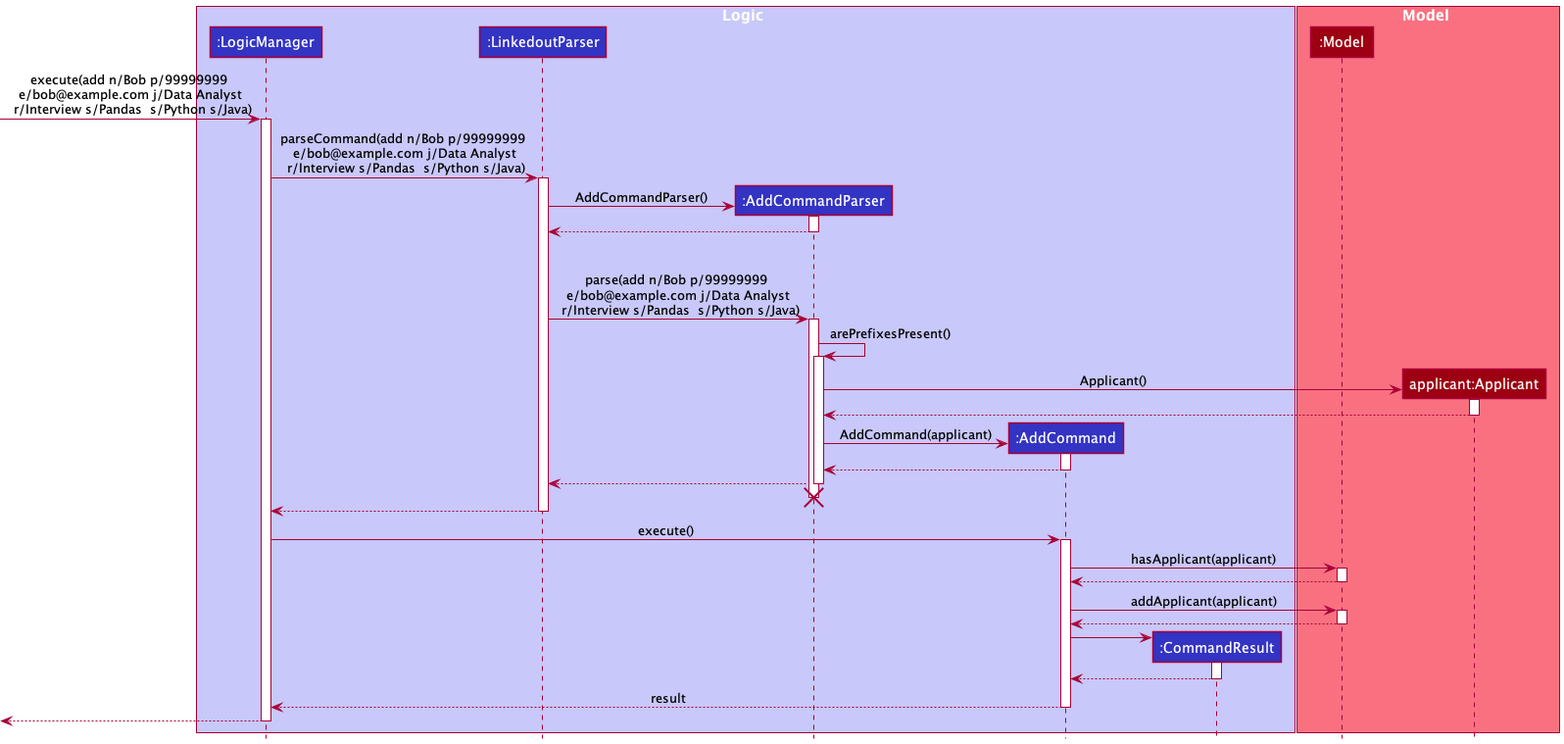
Above: docs/images/AddSequenceDiagram.png in zzhikai/tp (PlantUML), before the change.
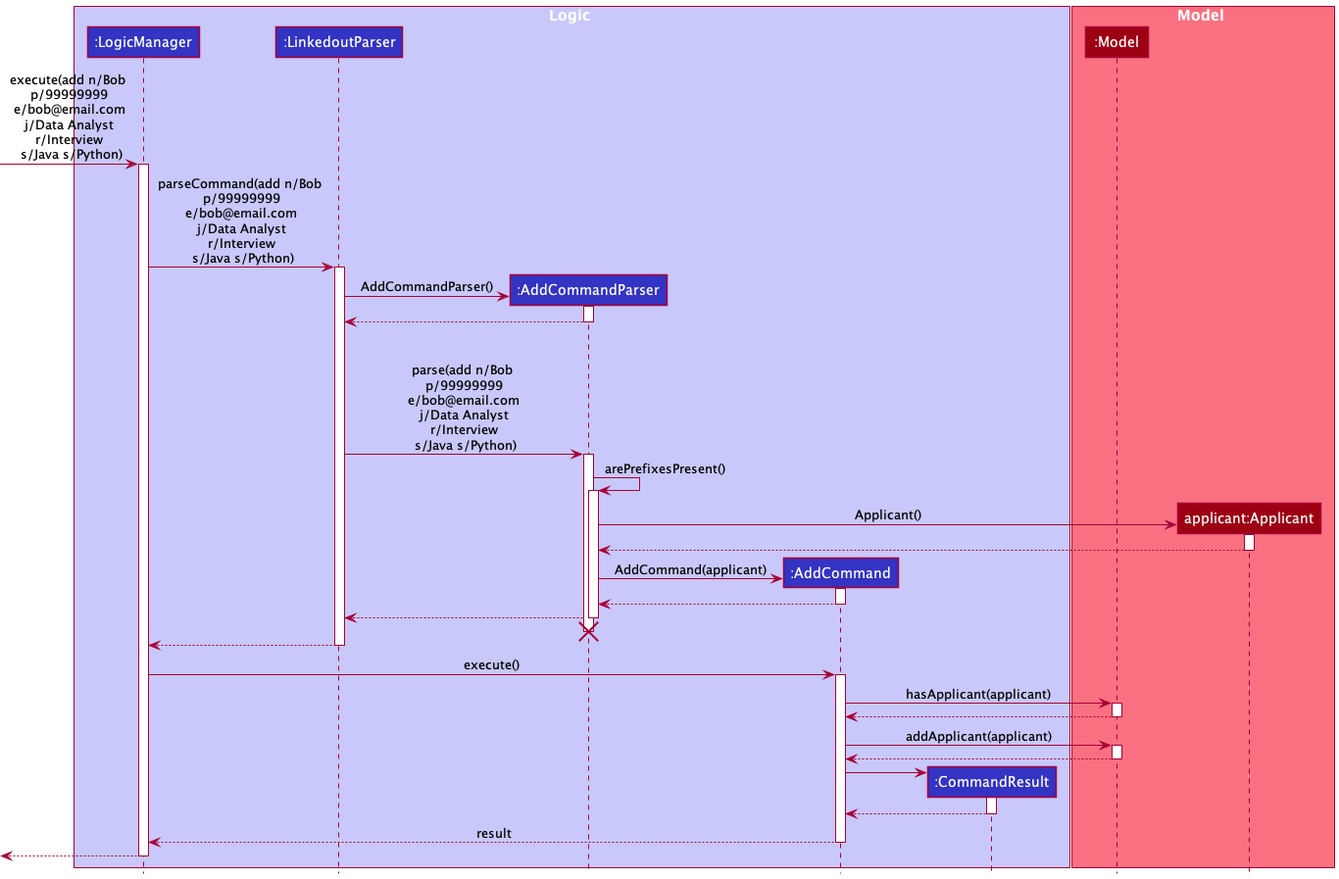
After the commit.

Commit message:
update add command sequence diagram, shorten the command and add more lines

What changed in the source:
```diff
@@ -1,5 +1,6 @@
 @startuml
 !include style.puml
+
 
 box Logic LOGIC_COLOR_T1
 participant ":LogicManager" as LogicManager LOGIC_COLOR
@@ -15,10 +16,10 @@
 participant "applicant:Applicant" as Applicant MODEL_COLOR
 end box
 
-[-> LogicManager : execute(add n/Bob p/99999999 \n e/bob@example.com j/Data Analyst \n r/Interview s/Pandas  s/Python s/Java)
+[-> LogicManager : execute(add n/Bob \n p/99999999 \n e/bob@email.com \n j/Data Analyst \n r/Interview \n s/Java s/Python)
 activate LogicManager
 
-LogicManager -> LinkedoutParser : parseCommand(add n/Bob p/99999999 \n e/bob@example.com j/Data Analyst \n r/Interview s/Pandas  s/Python s/Java)
+LogicManager -> LinkedoutParser : parseCommand(add n/Bob \n p/99999999 \n e/bob@email.com \n j/Data Analyst \n r/Interview \n s/Java s/Python)
 activate LinkedoutParser
 
 create AddCommandParser
@@ -30,7 +31,7 @@
 
 AddCommandParser -[hidden]-> LinkedoutParser: BUFFER_MESSAGE
 
-LinkedoutParser -> AddCommandParser : parse(add n/Bob p/99999999 \n e/bob@example.com j/Data Analyst \n r/Interview s/Pandas  s/Python s/Java)
+LinkedoutParser -> AddCommandParser : parse(add n/Bob \n p/99999999 \n e/bob@email.com \n j/Data Analyst \n r/Interview \n s/Java s/Python)
 activate AddCommandParser
 
 
```
